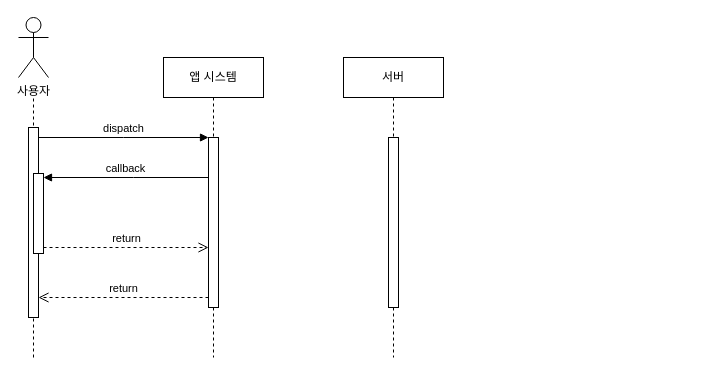
Before: sequence diagram.drawio in baechuTree/softwareEngineering, a draw.io diagram. Source tidied: cells renumbered, new cells numbered last; positions are measured from the earlier drawing's top-left corner, leaving out a move shared by most shapes. Both pictures are drawn from the tidied source at 100%, with x=0, y=0 at pixel (18, 17).
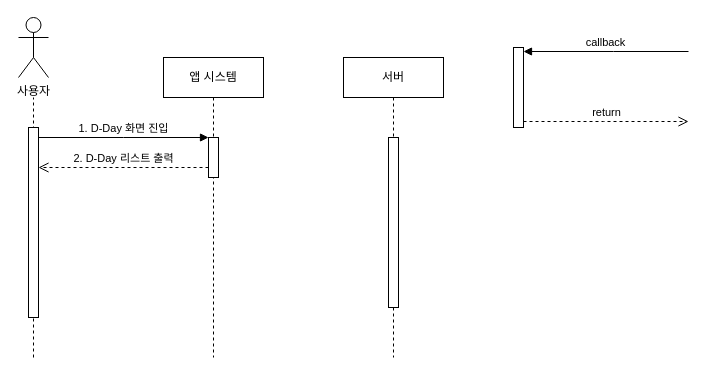
After the change.

The change refers to these unchanged cells:
```xml
<mxCell id="2" value="앱 시스템" style="shape=umlLifeline;perimeter=lifelinePerimeter;whiteSpace=wrap;html=1;newEdgeStyle={&quot;edgeStyle&quot;:&quot;elbowEdgeStyle&quot;,&quot;elbow&quot;:&quot;vertical&quot;,&quot;curved&quot;:0,&quot;rounded&quot;:0};" parent="1" vertex="1">
  <mxGeometry x="145" y="40" width="100" height="300" as="geometry" />
</mxCell>
<mxCell id="13" style="html=1;points=[];perimeter=orthogonalPerimeter;outlineConnect=0;targetShapes=umlLifeline;portConstraint=eastwest;newEdgeStyle={&quot;edgeStyle&quot;:&quot;elbowEdgeStyle&quot;,&quot;elbow&quot;:&quot;vertical&quot;,&quot;curved&quot;:0,&quot;rounded&quot;:0};" parent="1" vertex="1">
  <mxGeometry x="10" y="110" width="10" height="190" as="geometry" />
</mxCell>
```

Diff of the diagram source:
```diff
@@
     <mxCell id="3" style="html=1;points=[];perimeter=orthogonalPerimeter;outlineConnect=0;targetShapes=umlLifeline;portConstraint=eastwest;newEdgeStyle={&quot;edgeStyle&quot;:&quot;elbowEdgeStyle&quot;,&quot;elbow&quot;:&quot;vertical&quot;,&quot;curved&quot;:0,&quot;rounded&quot;:0};" parent="2" vertex="1">
-      <mxGeometry x="45" y="80" width="10" height="170" as="geometry" />
+      <mxGeometry x="45" y="80" width="10" height="40" as="geometry" />
     </mxCell>
-    <mxCell id="4" value="dispatch" style="html=1;verticalAlign=bottom;endArrow=block;edgeStyle=elbowEdgeStyle;elbow=vertical;curved=0;rounded=0;" parent="1" edge="1" source="13" target="3">
+    <mxCell id="4" value="1. D-Day 화면 진입" style="html=1;verticalAlign=bottom;endArrow=block;edgeStyle=elbowEdgeStyle;elbow=vertical;curved=0;rounded=0;" parent="1" edge="1" source="13" target="3">
       <mxGeometry relative="1" as="geometry">
         <Array as="points">
           <mxPoint x="105" y="120" />
         </Array>
       </mxGeometry>
     </mxCell>
-    <mxCell id="5" value="return" style="html=1;verticalAlign=bottom;endArrow=open;dashed=1;endSize=8;edgeStyle=elbowEdgeStyle;elbow=vertical;curved=0;rounded=0;" parent="1" edge="1" source="3" target="13">
+    <mxCell id="5" value="2. D-Day 리스트 출력" style="html=1;verticalAlign=bottom;endArrow=open;dashed=1;endSize=8;edgeStyle=elbowEdgeStyle;elbow=vertical;curved=0;rounded=0;" parent="1" edge="1">
       <mxGeometry relative="1" as="geometry">
+        <mxPoint x="190" y="150" as="sourcePoint" />
+        <mxPoint x="20" y="150" as="targetPoint" />
         <Array as="points">
-          <mxPoint x="115" y="280" />
+          <mxPoint x="115" y="150" />
         </Array>
       </mxGeometry>
     </mxCell>
-    <mxCell id="6" value="callback" style="html=1;verticalAlign=bottom;endArrow=block;edgeStyle=elbowEdgeStyle;elbow=vertical;curved=0;rounded=0;" parent="1" edge="1" source="3" target="15">
+    <mxCell id="6" value="callback" style="html=1;verticalAlign=bottom;endArrow=block;edgeStyle=elbowEdgeStyle;elbow=vertical;curved=0;rounded=0;" parent="1" edge="1" target="15">
       <mxGeometry relative="1" as="geometry">
+        <mxPoint x="670" y="34" as="sourcePoint" />
         <Array as="points">
-          <mxPoint x="115" y="160" />
+          <mxPoint x="595" y="34" />
         </Array>
       </mxGeometry>
     </mxCell>
-    <mxCell id="7" value="return" style="html=1;verticalAlign=bottom;endArrow=open;dashed=1;endSize=8;edgeStyle=elbowEdgeStyle;elbow=vertical;curved=0;rounded=0;" parent="1" edge="1" source="15" target="3">
+    <mxCell id="7" value="return" style="html=1;verticalAlign=bottom;endArrow=open;dashed=1;endSize=8;edgeStyle=elbowEdgeStyle;elbow=vertical;curved=0;rounded=0;" parent="1" edge="1" source="15">
       <mxGeometry relative="1" as="geometry">
+        <mxPoint x="670" y="104" as="targetPoint" />
         <Array as="points">
-          <mxPoint x="105" y="230" />
+          <mxPoint x="585" y="104" />
         </Array>
       </mxGeometry>
     </mxCell>
@@
-    <mxCell id="11" style="endArrow=none;dashed=1;html=1;rounded=0;" parent="1" edge="1" source="15">
-      <mxGeometry relative="1" as="geometry">
-        <mxPoint x="15" y="80" as="targetPoint" />
-      </mxGeometry>
-    </mxCell>
-    <mxCell id="12" style="endArrow=none;dashed=1;html=1;rounded=0;" parent="1" edge="1" target="13">
+    <mxCell id="12" style="endArrow=none;dashed=1;html=1;rounded=0;" parent="1" edge="1">
       <mxGeometry relative="1" as="geometry">
         <mxPoint x="15" y="340" as="sourcePoint" />
+        <mxPoint x="15" y="80" as="targetPoint" />
       </mxGeometry>
     </mxCell>
@@
-    <mxCell id="14" style="endArrow=none;dashed=1;html=1;rounded=0;" parent="1" edge="1" source="13" target="15">
-      <mxGeometry relative="1" as="geometry" />
-    </mxCell>
     <mxCell id="15" style="html=1;points=[];perimeter=orthogonalPerimeter;outlineConnect=0;targetShapes=umlLifeline;portConstraint=eastwest;newEdgeStyle={&quot;edgeStyle&quot;:&quot;elbowEdgeStyle&quot;,&quot;elbow&quot;:&quot;vertical&quot;,&quot;curved&quot;:0,&quot;rounded&quot;:0};" parent="1" vertex="1">
-      <mxGeometry x="15" y="156" width="10" height="80" as="geometry" />
+      <mxGeometry x="495" y="30" width="10" height="80" as="geometry" />
     </mxCell>
```
